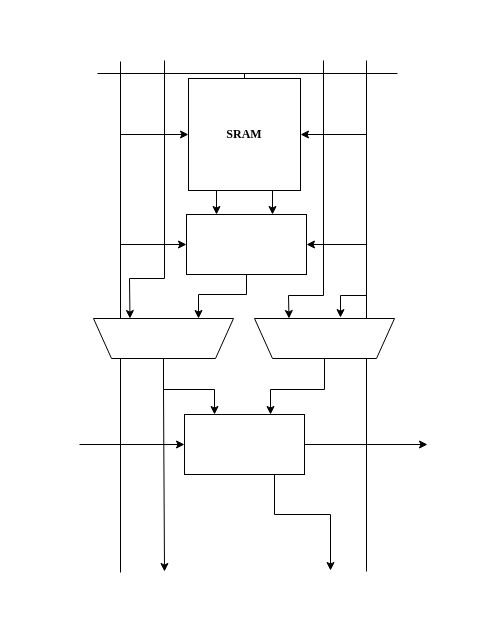
ararajs/fyp keeps this draw.io diagram as Untitled Diagram.drawio. Above is the earlier version. Source tidied: cells renumbered, new cells numbered last; positions are measured from the earlier drawing's top-left corner, leaving out a move shared by most shapes. Both pictures are drawn from the tidied source at 100%, with x=0, y=0 at pixel (79, 60).
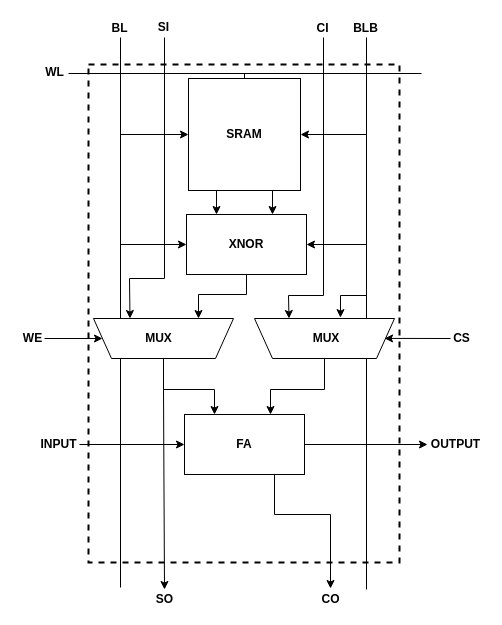
After the change.

Commit message:
Completed_bitcell

The change refers to these unchanged cells:
```xml
<mxCell id="10" style="shape=trapezoid;perimeter=trapezoidPerimeter;whiteSpace=wrap;html=1;fixedSize=1;fontFamily=Times New Roman;rotation=-180;size=18;" parent="1" vertex="1">
  <mxGeometry x="14" y="258" width="140" height="40" as="geometry" />
</mxCell>
```

What changed in the source:
```diff
@@
+    <mxCell id="27" style="rounded=0;whiteSpace=wrap;html=1;fontColor=default;dashed=1;fillColor=none;strokeWidth=2;" parent="1" vertex="1">
+      <mxGeometry x="9" y="4" width="311" height="498" as="geometry" />
+    </mxCell>
     <mxCell id="2" style="endArrow=none;html=1;rounded=0;" parent="1" edge="1">
       <mxGeometry relative="1" as="geometry">
-        <mxPoint x="18" y="13" as="sourcePoint" />
-        <mxPoint x="318" y="13" as="targetPoint" />
+        <mxPoint x="-11" y="13" as="sourcePoint" />
+        <mxPoint x="342" y="13" as="targetPoint" />
       </mxGeometry>
     </mxCell>
-    <mxCell id="3" value="&lt;font face=&quot;Times New Roman&quot;&gt;&lt;b&gt;SRAM&lt;/b&gt;&lt;/font&gt;" style="whiteSpace=wrap;html=1;" parent="1" vertex="1">
+    <mxCell id="3" value="&lt;font face=&quot;Helvetica&quot;&gt;&lt;b&gt;SRAM&lt;/b&gt;&lt;/font&gt;" style="whiteSpace=wrap;html=1;" parent="1" vertex="1">
       <mxGeometry x="109" y="18" width="112" height="112" as="geometry" />
     </mxCell>
-    <mxCell id="4" style="rounded=0;whiteSpace=wrap;html=1;fontFamily=Times New Roman;" parent="1" vertex="1">
+    <mxCell id="4" value="&lt;font face=&quot;Helvetica&quot;&gt;&lt;b&gt;XNOR&lt;/b&gt;&lt;/font&gt;" style="rounded=0;whiteSpace=wrap;html=1;fontFamily=Times New Roman;" parent="1" vertex="1">
       <mxGeometry x="107" y="154" width="120" height="60" as="geometry" />
     </mxCell>
-    <mxCell id="5" style="rounded=0;whiteSpace=wrap;html=1;fontFamily=Times New Roman;" parent="1" vertex="1">
+    <mxCell id="5" value="&lt;font face=&quot;Helvetica&quot;&gt;&lt;b&gt;FA&lt;/b&gt;&lt;/font&gt;" style="rounded=0;whiteSpace=wrap;html=1;fontFamily=Times New Roman;" parent="1" vertex="1">
       <mxGeometry x="105" y="354" width="120" height="60" as="geometry" />
     </mxCell>
@@
     <mxCell id="8" style="endArrow=none;html=1;rounded=0;fontFamily=Times New Roman;" parent="1" edge="1">
       <mxGeometry relative="1" as="geometry">
-        <mxPoint x="41" y="512" as="sourcePoint" />
-        <mxPoint x="41" y="1" as="targetPoint" />
+        <mxPoint x="41" y="527" as="sourcePoint" />
+        <mxPoint x="41" y="-23" as="targetPoint" />
       </mxGeometry>
     </mxCell>
     <mxCell id="9" style="endArrow=none;html=1;rounded=0;fontFamily=Times New Roman;" parent="1" edge="1">
       <mxGeometry relative="1" as="geometry">
-        <mxPoint x="287" y="511" as="sourcePoint" />
-        <mxPoint x="287" as="targetPoint" />
+        <mxPoint x="287" y="529" as="sourcePoint" />
+        <mxPoint x="287" y="-23" as="targetPoint" />
       </mxGeometry>
     </mxCell>
@@
-    <mxCell id="15" style="shape=trapezoid;perimeter=trapezoidPerimeter;whiteSpace=wrap;html=1;fixedSize=1;fontFamily=Times New Roman;rotation=-180;size=18;" parent="1" vertex="1">
+    <mxCell id="15" style="shape=trapezoid;perimeter=trapezoidPerimeter;whiteSpace=wrap;html=1;fixedSize=1;fontFamily=Times New Roman;rotation=-180;size=18;fontColor=default;" parent="1" vertex="1">
       <mxGeometry x="175" y="258" width="140" height="40" as="geometry" />
     </mxCell>
@@
     <mxCell id="21" style="endArrow=classic;html=1;rounded=0;" parent="1" edge="1">
       <mxGeometry relative="1" as="geometry">
         <mxPoint x="84" y="329" as="sourcePoint" />
-        <mxPoint x="85" y="511" as="targetPoint" />
+        <mxPoint x="85" y="529" as="targetPoint" />
       </mxGeometry>
     </mxCell>
     <mxCell id="22" style="endArrow=classic;html=1;rounded=0;exitX=0.75;exitY=1;exitDx=0;exitDy=0;" parent="1" edge="1" source="5">
       <mxGeometry relative="1" as="geometry">
-        <mxPoint x="251" y="510" as="targetPoint" />
+        <mxPoint x="251" y="528" as="targetPoint" />
         <Array as="points">
           <mxPoint x="195" y="454" />
           <mxPoint x="251" y="454" />
         </Array>
       </mxGeometry>
     </mxCell>
@@
     <mxCell id="25" style="endArrow=classic;html=1;rounded=0;" parent="1" edge="1">
       <mxGeometry relative="1" as="geometry">
-        <mxPoint x="85" as="sourcePoint" />
+        <mxPoint x="85" y="-23" as="sourcePoint" />
         <mxPoint x="50.5" y="258" as="targetPoint" />
         <Array as="points">
           <mxPoint x="85" y="218" />
           <mxPoint x="50" y="218" />
         </Array>
       </mxGeometry>
     </mxCell>
     <mxCell id="26" style="endArrow=classic;html=1;rounded=0;" parent="1" edge="1">
       <mxGeometry relative="1" as="geometry">
-        <mxPoint x="244" as="sourcePoint" />
+        <mxPoint x="244" y="-23" as="sourcePoint" />
         <mxPoint x="209.5" y="258" as="targetPoint" />
         <Array as="points">
           <mxPoint x="244" y="235" />
           <mxPoint x="209" y="235" />
         </Array>
       </mxGeometry>
     </mxCell>
+    <mxCell id="28" style="endArrow=classic;html=1;rounded=0;fontColor=default;entryX=1;entryY=0.5;entryDx=0;entryDy=0;" parent="1" edge="1" target="10">
+      <mxGeometry relative="1" as="geometry">
+        <mxPoint x="-35" y="278" as="sourcePoint" />
+      </mxGeometry>
+    </mxCell>
+    <mxCell id="29" style="endArrow=classic;html=1;rounded=0;fontColor=default;entryX=0.952;entryY=0.55;entryDx=0;entryDy=0;entryPerimeter=0;" parent="1" edge="1" target="27">
+      <mxGeometry relative="1" as="geometry">
+        <mxPoint x="371" y="278" as="sourcePoint" />
+      </mxGeometry>
+    </mxCell>
+    <mxCell id="30" value="&lt;b&gt;MUX&lt;/b&gt;" style="rounded=0;whiteSpace=wrap;html=1;dashed=1;labelBackgroundColor=none;fontColor=default;fillColor=none;strokeColor=none;" parent="1" vertex="1">
+      <mxGeometry x="215" y="266" width="64" height="23" as="geometry" />
+    </mxCell>
+    <mxCell id="31" value="&lt;b&gt;MUX&lt;/b&gt;" style="rounded=0;whiteSpace=wrap;html=1;dashed=1;labelBackgroundColor=none;fontFamily=Helvetica;fontColor=default;fillColor=none;strokeColor=none;" parent="1" vertex="1">
+      <mxGeometry x="38" y="261.5" width="83" height="33" as="geometry" />
+    </mxCell>
+    <mxCell id="32" value="&lt;b&gt;SI&lt;/b&gt;" style="text;html=1;align=center;verticalAlign=middle;strokeColor=none;fillColor=none;fontFamily=Helvetica;fontColor=default;" parent="1" vertex="1">
+      <mxGeometry x="73" y="-43" width="22" height="19" as="geometry" />
+    </mxCell>
+    <mxCell id="33" value="&lt;b&gt;CI&lt;/b&gt;" style="text;html=1;align=center;verticalAlign=middle;strokeColor=none;fillColor=none;fontFamily=Helvetica;fontColor=default;" parent="1" vertex="1">
+      <mxGeometry x="231" y="-42" width="23" height="19" as="geometry" />
+    </mxCell>
+    <mxCell id="34" value="&lt;b&gt;BLB&lt;/b&gt;" style="text;html=1;align=center;verticalAlign=middle;strokeColor=none;fillColor=none;fontFamily=Helvetica;fontColor=default;" parent="1" vertex="1">
+      <mxGeometry x="269" y="-42" width="34" height="19" as="geometry" />
+    </mxCell>
+    <mxCell id="35" value="&lt;b&gt;BL&lt;/b&gt;" style="text;html=1;align=center;verticalAlign=middle;strokeColor=none;fillColor=none;fontFamily=Helvetica;fontColor=default;" parent="1" vertex="1">
+      <mxGeometry x="27" y="-42" width="26" height="19" as="geometry" />
+    </mxCell>
+    <mxCell id="36" value="&lt;b&gt;WL&lt;/b&gt;" style="text;html=1;align=center;verticalAlign=middle;strokeColor=none;fillColor=none;fontFamily=Helvetica;fontColor=default;" parent="1" vertex="1">
+      <mxGeometry x="-40" y="2" width="29" height="19" as="geometry" />
+    </mxCell>
+    <mxCell id="37" value="&lt;b&gt;WE&lt;/b&gt;" style="text;html=1;align=center;verticalAlign=middle;strokeColor=none;fillColor=none;fontFamily=Helvetica;fontColor=default;" parent="1" vertex="1">
+      <mxGeometry x="-62" y="268" width="29" height="19" as="geometry" />
+    </mxCell>
+    <mxCell id="38" value="&lt;b&gt;CS&lt;/b&gt;" style="text;html=1;align=center;verticalAlign=middle;strokeColor=none;fillColor=none;fontFamily=Helvetica;fontColor=default;" parent="1" vertex="1">
+      <mxGeometry x="368" y="268" width="27" height="19" as="geometry" />
+    </mxCell>
+    <mxCell id="39" value="&lt;b&gt;INPUT&lt;/b&gt;" style="text;html=1;align=center;verticalAlign=middle;strokeColor=none;fillColor=none;fontFamily=Helvetica;fontColor=default;" parent="1" vertex="1">
+      <mxGeometry x="-45" y="374.5" width="47" height="19" as="geometry" />
+    </mxCell>
+    <mxCell id="40" value="&lt;b&gt;OUTPUT&lt;/b&gt;" style="text;html=1;align=center;verticalAlign=middle;strokeColor=none;fillColor=none;fontFamily=Helvetica;fontColor=default;" parent="1" vertex="1">
+      <mxGeometry x="346" y="374.5" width="60" height="19" as="geometry" />
+    </mxCell>
+    <mxCell id="41" value="&lt;b&gt;SO&lt;/b&gt;" style="text;html=1;align=center;verticalAlign=middle;strokeColor=none;fillColor=none;fontFamily=Helvetica;fontColor=default;" parent="1" vertex="1">
+      <mxGeometry x="71" y="529" width="28" height="19" as="geometry" />
+    </mxCell>
+    <mxCell id="42" value="&lt;b&gt;CO&lt;/b&gt;" style="text;html=1;align=center;verticalAlign=middle;strokeColor=none;fillColor=none;fontFamily=Helvetica;fontColor=default;" parent="1" vertex="1">
+      <mxGeometry x="236" y="529" width="29" height="19" as="geometry" />
+    </mxCell>
```
